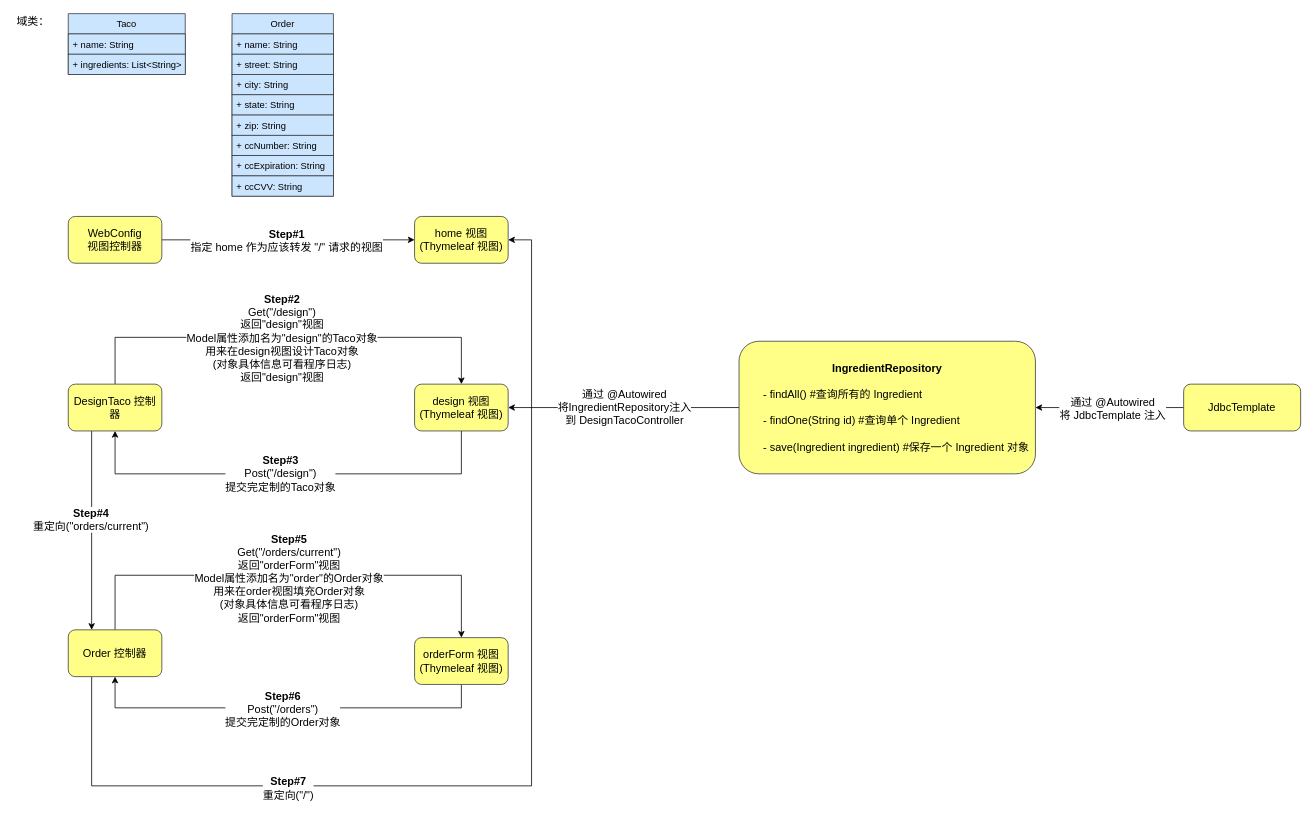
Above: flow_chart.drawio in LilithCoder/taco-cloud (draw.io), before the change. Source tidied: cells renumbered, new cells numbered last; positions are measured from the earlier drawing's top-left corner, leaving out a move shared by most shapes. Both pictures are drawn from the tidied source at 78%, with x=0, y=0 at pixel (13, 13).
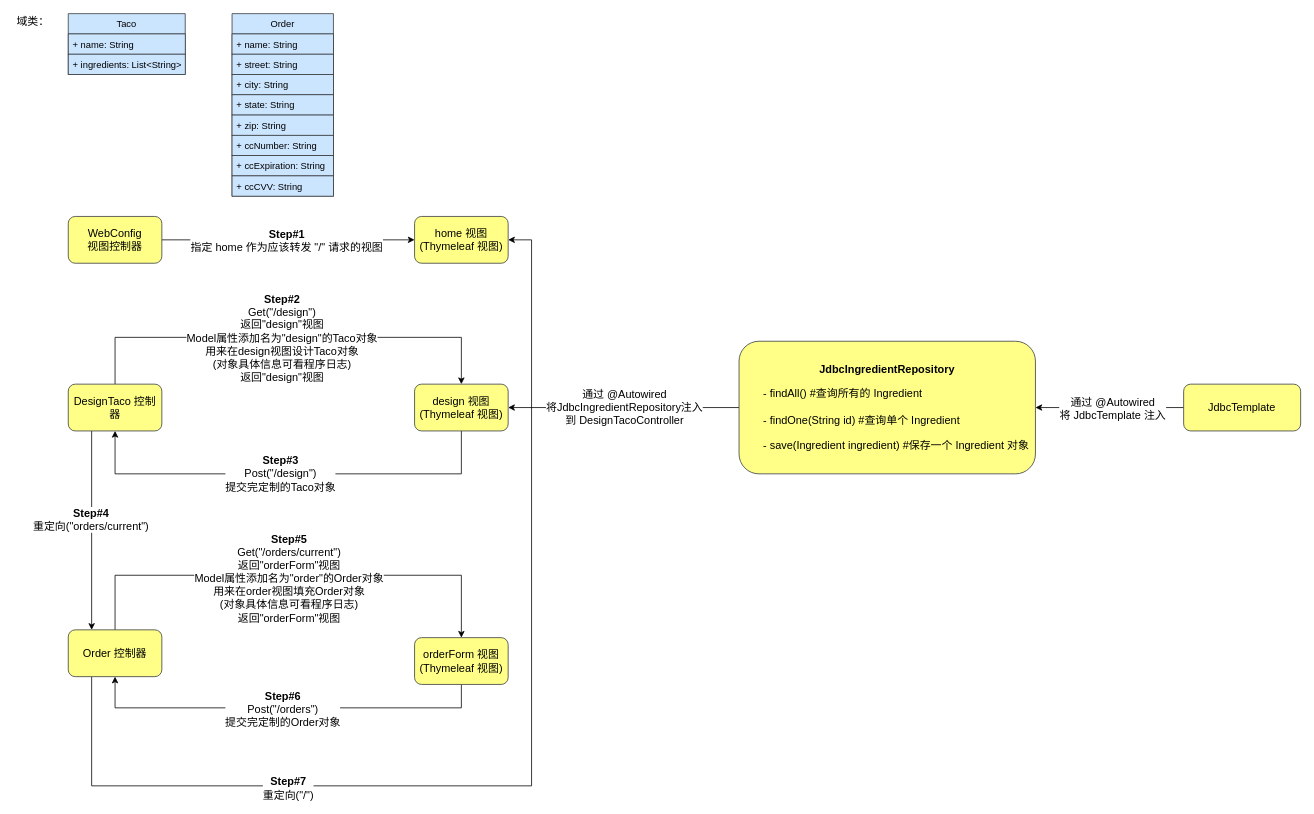
Above is the later version.

Commit message:
用jdbctemplate注入定义了jdbc存储库并将其注入designtacocontroller为其从数据库中提取所有 Ingredient

The change refers to these unchanged cells:
```xml
<mxCell id="35" style="edgeStyle=orthogonalEdgeStyle;rounded=0;jettySize=auto;html=1;exitX=0;exitY=0.5;exitDx=0;exitDy=0;entryX=1;entryY=0.5;entryDx=0;entryDy=0;" parent="1" edge="1" source="37" target="26">
  <mxGeometry relative="1" as="geometry" />
</mxCell>
```

Diff of the diagram source:
```diff
@@
-    <mxCell id="36" value="&lt;font style=&quot;font-size: 14px&quot;&gt;通过 @Autowired&lt;br&gt;将IngredientRepository注入&lt;br&gt;到 DesignTacoController&lt;/font&gt;" style="edgeLabel;html=1;align=center;verticalAlign=middle;" parent="35" vertex="1">
+    <mxCell id="36" value="&lt;font style=&quot;font-size: 14px&quot;&gt;通过 @Autowired&lt;br&gt;将JdbcIngredientRepository注入&lt;br&gt;到 DesignTacoController&lt;/font&gt;" style="edgeLabel;html=1;align=center;verticalAlign=middle;" parent="35" vertex="1">
       <mxGeometry y="-1" relative="1" as="geometry" />
     </mxCell>
-    <mxCell id="37" value="&lt;font style=&quot;font-size: 14px&quot;&gt;&lt;b&gt;IngredientRepository&lt;br&gt;&lt;/b&gt;&lt;br&gt;&lt;div style=&quot;text-align: left&quot;&gt;&lt;span&gt;&amp;nbsp; &amp;nbsp; &amp;nbsp; - findAll() #查询所有的 Ingredient&lt;/span&gt;&lt;/div&gt;&lt;div style=&quot;text-align: left&quot;&gt;&lt;span&gt;&lt;br&gt;&lt;/span&gt;&lt;/div&gt;&lt;div style=&quot;text-align: left&quot;&gt;&lt;span&gt;&amp;nbsp; &amp;nbsp; &amp;nbsp; -&amp;nbsp;findOne(String id) #查询单个 Ingredient&lt;/span&gt;&lt;/div&gt;&lt;div style=&quot;text-align: left&quot;&gt;&lt;span&gt;&lt;br&gt;&lt;/span&gt;&lt;/div&gt;&lt;div style=&quot;text-align: left&quot;&gt;&lt;span&gt;&amp;nbsp; &amp;nbsp; &amp;nbsp; - save(Ingredient ingredient) #保存一个 Ingredient 对象&lt;/span&gt;&lt;/div&gt;&lt;/font&gt;" style="rounded=1;whiteSpace=wrap;html=1;fillColor=#ffff88;strokeColor=#36393d;" parent="1" vertex="1">
+    <mxCell id="37" value="&lt;font&gt;&lt;font style=&quot;font-size: 14px&quot;&gt;&lt;b&gt;&lt;span&gt;Jdbc&lt;/span&gt;IngredientRepository&lt;br&gt;&lt;/b&gt;&lt;/font&gt;&lt;br&gt;&lt;div style=&quot;font-size: 14px ; text-align: left&quot;&gt;&lt;span&gt;&amp;nbsp; &amp;nbsp; &amp;nbsp; - findAll() #查询所有的 Ingredient&lt;/span&gt;&lt;/div&gt;&lt;div style=&quot;font-size: 14px ; text-align: left&quot;&gt;&lt;span&gt;&lt;br&gt;&lt;/span&gt;&lt;/div&gt;&lt;div style=&quot;font-size: 14px ; text-align: left&quot;&gt;&lt;span&gt;&amp;nbsp; &amp;nbsp; &amp;nbsp; -&amp;nbsp;findOne(String id) #查询单个 Ingredient&lt;/span&gt;&lt;/div&gt;&lt;div style=&quot;font-size: 14px ; text-align: left&quot;&gt;&lt;span&gt;&lt;br&gt;&lt;/span&gt;&lt;/div&gt;&lt;div style=&quot;font-size: 14px ; text-align: left&quot;&gt;&lt;span&gt;&amp;nbsp; &amp;nbsp; &amp;nbsp; - save(Ingredient ingredient) #保存一个 Ingredient 对象&lt;/span&gt;&lt;/div&gt;&lt;/font&gt;" style="rounded=1;whiteSpace=wrap;html=1;fillColor=#ffff88;strokeColor=#36393d;" parent="1" vertex="1">
       <mxGeometry x="930" y="420" width="380" height="170" as="geometry" />
     </mxCell>
```
